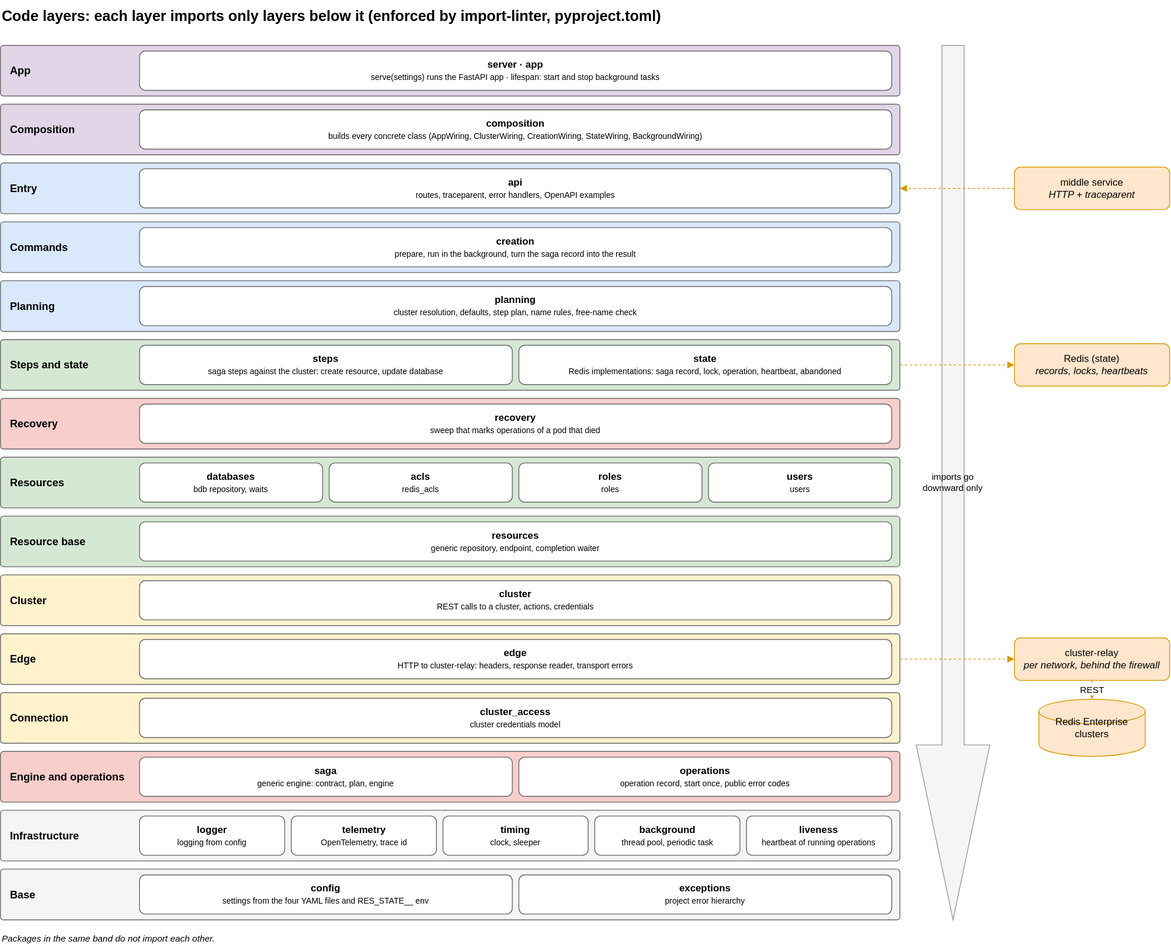
EliShteinman/redis-enterprise-services keeps this draw.io diagram as docs/diagrams/01-layers.drawio.svg. Above is the earlier version. Source tidied: cells renumbered, new cells last; positions are measured from the earlier drawing's top-left corner, leaving out a move shared by most shapes.
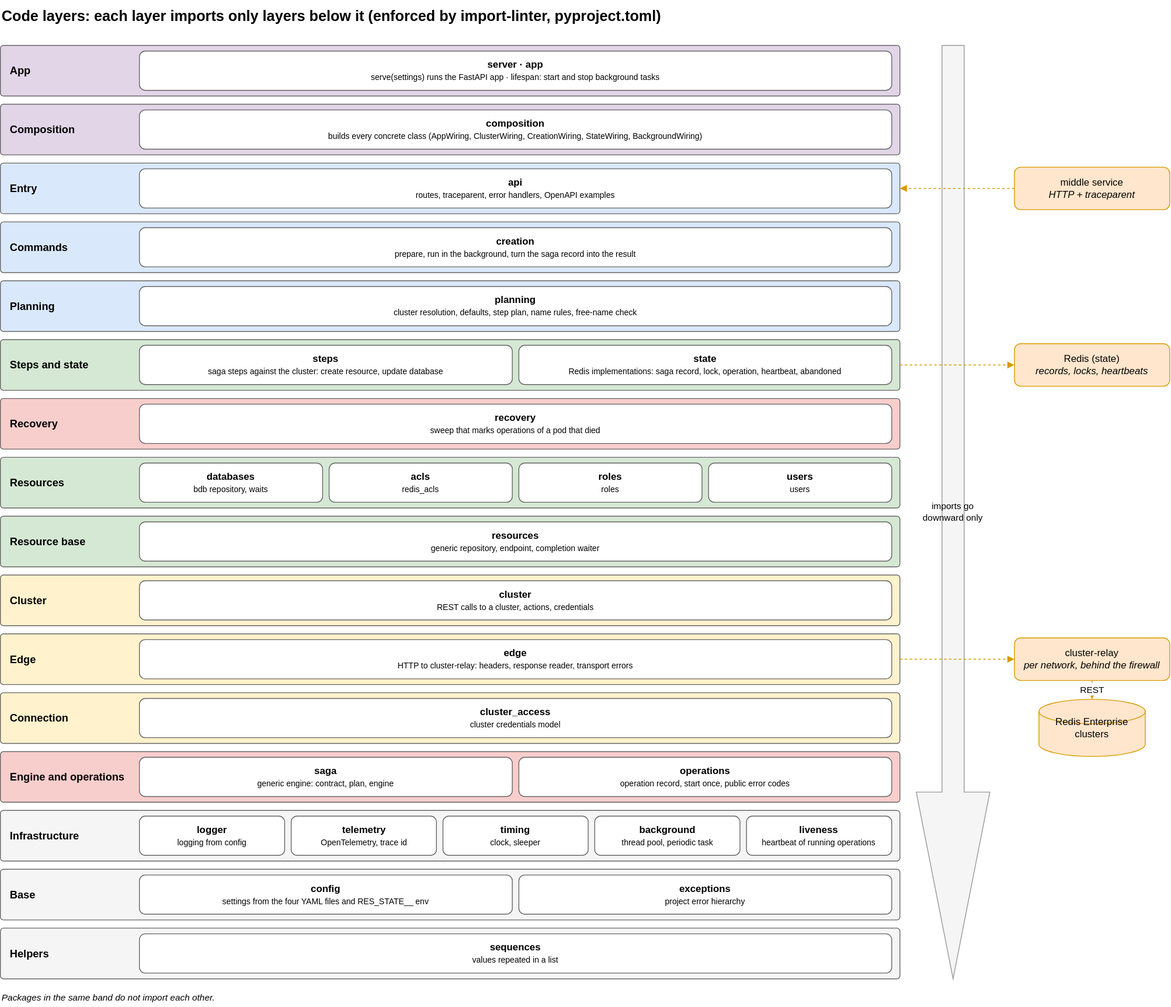
The same file after the commit.

Commit message:
docs: add the sequences package to the layer table and the layers diagram

Diff of the diagram source:
```diff
@@ -170,8 +170,17 @@
     <mxCell id="57" value="&lt;b&gt;exceptions&lt;/b&gt;&lt;br&gt;&lt;font style='font-size:10px'&gt;project error hierarchy&lt;/font&gt;" style="rounded=1;whiteSpace=wrap;html=1;fillColor=#ffffff;strokeColor=#666666;fontSize=12;" parent="1" vertex="1">
       <mxGeometry x="634" y="1070" width="456" height="48" as="geometry" />
     </mxCell>
+    <mxCell id="68" style="rounded=1;arcSize=6;fillColor=#f5f5f5;strokeColor=#666666;" parent="1" vertex="1">
+      <mxGeometry y="1135" width="1100" height="62" as="geometry" />
+    </mxCell>
+    <mxCell id="69" value="Helpers" style="text;html=1;fontSize=13;fontStyle=1;align=left;verticalAlign=middle;spacingLeft=10;" parent="1" vertex="1">
+      <mxGeometry y="1135" width="170" height="62" as="geometry" />
+    </mxCell>
+    <mxCell id="70" value="&lt;b&gt;sequences&lt;/b&gt;&lt;br&gt;&lt;font style='font-size:10px'&gt;values repeated in a list&lt;/font&gt;" style="rounded=1;whiteSpace=wrap;html=1;fillColor=#ffffff;strokeColor=#666666;fontSize=12;" parent="1" vertex="1">
+      <mxGeometry x="170" y="1142" width="920" height="48" as="geometry" />
+    </mxCell>
     <mxCell id="58" value="imports go&lt;br&gt;downward only" style="shape=singleArrow;direction=south;whiteSpace=wrap;html=1;fillColor=#f5f5f5;strokeColor=#999999;fontSize=11;" parent="1" vertex="1">
-      <mxGeometry x="1120" y="55" width="90" height="1070" as="geometry" />
+      <mxGeometry x="1120" y="55" width="90" height="1142" as="geometry" />
     </mxCell>
     <mxCell id="59" value="middle service&lt;br&gt;&lt;i&gt;HTTP + traceparent&lt;/i&gt;" style="rounded=1;whiteSpace=wrap;html=1;fillColor=#ffe6cc;strokeColor=#d79b00;fontSize=12;" parent="1" vertex="1">
       <mxGeometry x="1240" y="204" width="190" height="52" as="geometry" />
@@ -198,7 +207,7 @@
       <mxGeometry relative="1" as="geometry" />
     </mxCell>
     <mxCell id="67" value="Packages in the same band do not import each other." style="text;html=1;fontSize=11;align=left;fontStyle=2;" parent="1" vertex="1">
-      <mxGeometry y="1135" width="1100" height="24" as="geometry" />
+      <mxGeometry y="1207" width="1100" height="24" as="geometry" />
     </mxCell>
   </root>
 </mxGraphModel>
```
